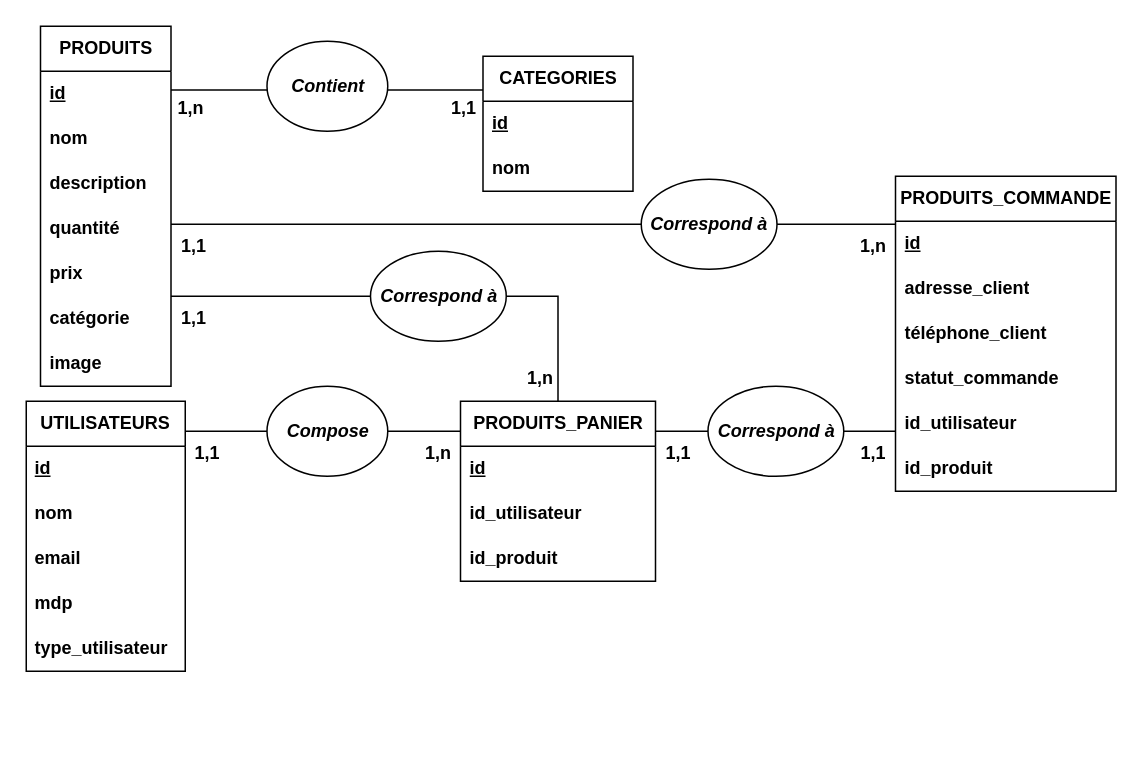
Before: diagrammes/stage2_mea.drawio in Pouloo/stage2_projet, a draw.io diagram. Source tidied: cells renumbered, new cells numbered last; positions are measured from the earlier drawing's top-left corner, leaving out a move shared by most shapes. Both pictures are drawn from the tidied source at 150%, with x=0, y=0 at pixel (26, 26).
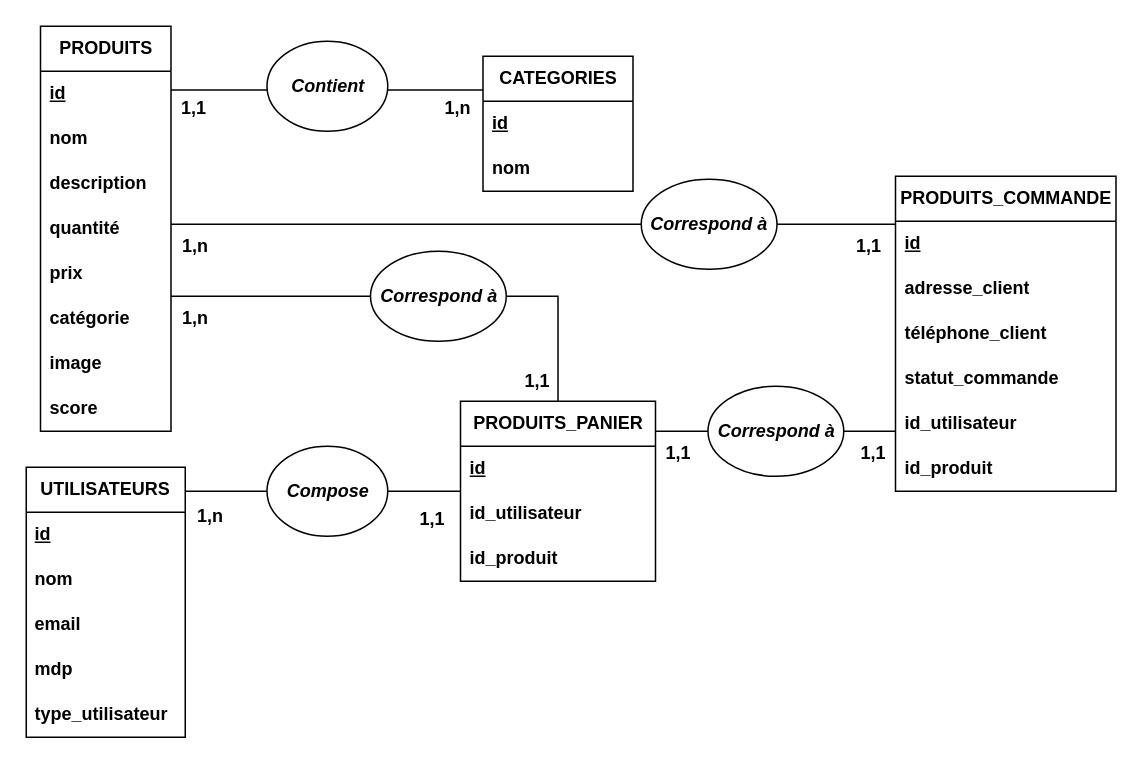
After the change.

Commit message (it also covers changes not shown here):
DONE: Appended score column >products< table, implemented 'score' based views, corrected MEA UML cardinalités

The change refers to these unchanged cells:
```xml
<mxCell id="2" value="PRODUITS_PANIER" style="swimlane;fontStyle=1;horizontal=1;startSize=30;whiteSpace=wrap;html=1;" parent="1" vertex="1">
  <mxGeometry x="289.5" y="250" width="130" height="120" as="geometry" />
</mxCell>
```

Change to the diagram source:
```diff
@@
     <mxCell id="6" value="UTILISATEURS" style="swimlane;fontStyle=1;horizontal=1;startSize=30;whiteSpace=wrap;html=1;" parent="1" vertex="1">
-      <mxGeometry y="250" width="106" height="180" as="geometry" />
+      <mxGeometry y="294" width="106" height="180" as="geometry" />
     </mxCell>
@@
     <mxCell id="12" value="PRODUITS" style="swimlane;fontStyle=1;horizontal=1;startSize=30;whiteSpace=wrap;html=1;" parent="1" vertex="1">
-      <mxGeometry x="9.5" width="87" height="240" as="geometry" />
+      <mxGeometry x="9.5" width="87" height="270" as="geometry" />
     </mxCell>
@@
+    <mxCell id="50" value="score" style="text;strokeColor=none;fillColor=none;align=left;verticalAlign=middle;spacingLeft=4;spacingRight=4;overflow=hidden;whiteSpace=wrap;html=1;fontStyle=1;" parent="12" vertex="1">
+      <mxGeometry y="240" width="87" height="30" as="geometry" />
+    </mxCell>
@@
     <mxCell id="31" style="edgeStyle=orthogonalEdgeStyle;rounded=0;jettySize=auto;html=1;endArrow=none;endFill=0;" parent="1" edge="1" source="6" target="2">
       <mxGeometry relative="1" as="geometry">
         <Array as="points">
-          <mxPoint x="149.5" y="270" />
-          <mxPoint x="149.5" y="270" />
+          <mxPoint x="130" y="310" />
+          <mxPoint x="130" y="310" />
         </Array>
       </mxGeometry>
     </mxCell>
     <mxCell id="32" value="&lt;b&gt;1,1&lt;/b&gt;" style="text;html=1;whiteSpace=wrap;strokeColor=none;fillColor=none;align=center;verticalAlign=middle;rounded=0;" parent="1" vertex="1">
-      <mxGeometry x="276.5" y="40" width="30" height="30" as="geometry" />
+      <mxGeometry x="96.5" y="40" width="30" height="30" as="geometry" />
     </mxCell>
     <mxCell id="33" value="&lt;b style=&quot;&quot;&gt;1,n&lt;/b&gt;" style="text;html=1;whiteSpace=wrap;strokeColor=none;fillColor=none;align=center;verticalAlign=middle;rounded=0;" parent="1" vertex="1">
-      <mxGeometry x="94.5" y="40" width="30" height="30" as="geometry" />
+      <mxGeometry x="272.5" y="40" width="30" height="30" as="geometry" />
     </mxCell>
     <mxCell id="34" value="&lt;b style=&quot;&quot;&gt;1,1&lt;/b&gt;" style="text;html=1;whiteSpace=wrap;strokeColor=none;fillColor=none;align=center;verticalAlign=middle;rounded=0;" parent="1" vertex="1">
-      <mxGeometry x="106" y="270" width="30" height="30" as="geometry" />
+      <mxGeometry x="256" y="314" width="30" height="30" as="geometry" />
     </mxCell>
     <mxCell id="35" value="&lt;b style=&quot;&quot;&gt;1,n&lt;/b&gt;" style="text;html=1;whiteSpace=wrap;strokeColor=none;fillColor=none;align=center;verticalAlign=middle;rounded=0;" parent="1" vertex="1">
-      <mxGeometry x="259.5" y="270" width="30" height="30" as="geometry" />
+      <mxGeometry x="107.5" y="312" width="30" height="30" as="geometry" />
     </mxCell>
@@
     <mxCell id="37" value="&lt;b style=&quot;&quot;&gt;1,1&lt;/b&gt;" style="text;html=1;whiteSpace=wrap;strokeColor=none;fillColor=none;align=center;verticalAlign=middle;rounded=0;" parent="1" vertex="1">
-      <mxGeometry x="96.5" y="180" width="30" height="30" as="geometry" />
+      <mxGeometry x="325.5" y="222" width="30" height="30" as="geometry" />
     </mxCell>
     <mxCell id="38" value="&lt;b style=&quot;&quot;&gt;1,n&lt;/b&gt;" style="text;html=1;whiteSpace=wrap;strokeColor=none;fillColor=none;align=center;verticalAlign=middle;rounded=0;" parent="1" vertex="1">
-      <mxGeometry x="327.5" y="220" width="30" height="30" as="geometry" />
+      <mxGeometry x="97.5" y="180" width="30" height="30" as="geometry" />
     </mxCell>
@@
     <mxCell id="43" value="&lt;b style=&quot;&quot;&gt;1,1&lt;/b&gt;" style="text;html=1;whiteSpace=wrap;strokeColor=none;fillColor=none;align=center;verticalAlign=middle;rounded=0;" parent="1" vertex="1">
-      <mxGeometry x="96.5" y="132" width="30" height="30" as="geometry" />
+      <mxGeometry x="546.5" y="132" width="30" height="30" as="geometry" />
     </mxCell>
     <mxCell id="44" value="&lt;b style=&quot;&quot;&gt;1,n&lt;/b&gt;" style="text;html=1;whiteSpace=wrap;strokeColor=none;fillColor=none;align=center;verticalAlign=middle;rounded=0;" parent="1" vertex="1">
-      <mxGeometry x="549.5" y="132" width="30" height="30" as="geometry" />
+      <mxGeometry x="97.5" y="132" width="30" height="30" as="geometry" />
     </mxCell>
     <mxCell id="45" value="&lt;b&gt;&lt;i&gt;Compose&lt;/i&gt;&lt;/b&gt;" style="ellipse;whiteSpace=wrap;html=1;fillStyle=auto;" parent="1" vertex="1">
-      <mxGeometry x="160.5" y="240" width="80.5" height="60" as="geometry" />
+      <mxGeometry x="160.5" y="280" width="80.5" height="60" as="geometry" />
     </mxCell>
```
